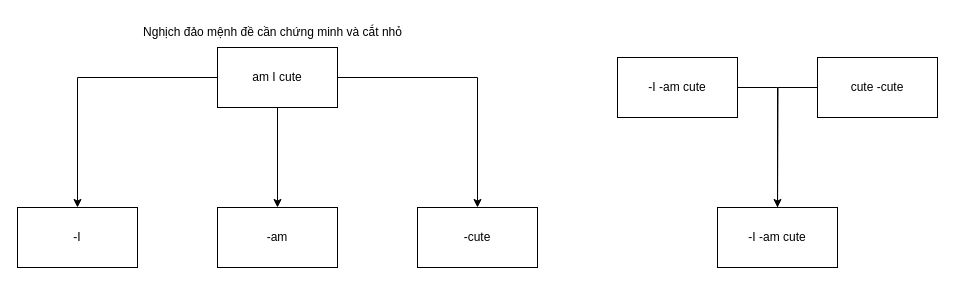
This is rainbow logic.drawio from frozenproof/dactaphanmem, a draw.io file, before an edit. Source tidied: cells renumbered, new cells numbered last; positions are measured from the earlier drawing's top-left corner, leaving out a move shared by most shapes. Both pictures are drawn from the tidied source at 100%, with x=0, y=0 at pixel (17, 17).
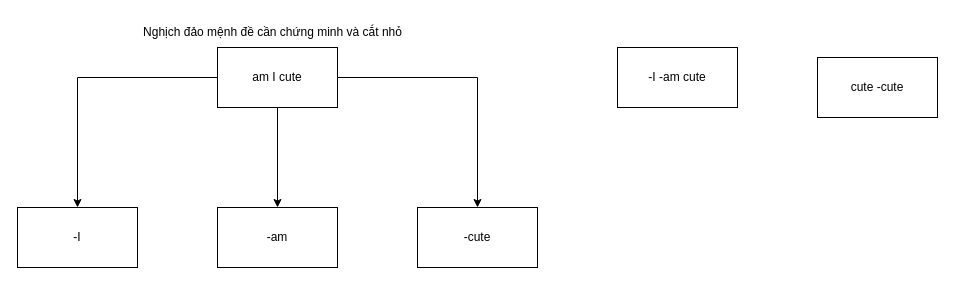
After the change.

What changed in the source:
```diff
@@
 <mxGraphModel>
   <root>
     <mxCell id="0" />
     <mxCell id="1" parent="0" />
     <mxCell id="2" style="edgeStyle=orthogonalEdgeStyle;rounded=0;jettySize=auto;html=1;" parent="1" edge="1" source="5" target="10">
       <mxGeometry relative="1" as="geometry" />
     </mxCell>
     <mxCell id="3" style="edgeStyle=orthogonalEdgeStyle;rounded=0;jettySize=auto;html=1;" parent="1" edge="1" source="5" target="8">
       <mxGeometry relative="1" as="geometry" />
     </mxCell>
     <mxCell id="4" style="edgeStyle=orthogonalEdgeStyle;rounded=0;jettySize=auto;html=1;" parent="1" edge="1" source="5" target="9">
       <mxGeometry relative="1" as="geometry" />
     </mxCell>
     <mxCell id="5" value="am I cute" style="rounded=0;whiteSpace=wrap;html=1;" parent="1" vertex="1">
       <mxGeometry x="200" y="30" width="120" height="60" as="geometry" />
     </mxCell>
-    <mxCell id="6" style="edgeStyle=orthogonalEdgeStyle;rounded=0;jettySize=auto;html=1;entryX=0.5;entryY=0;entryDx=0;entryDy=0;" parent="1" edge="1" source="7" target="14">
-      <mxGeometry relative="1" as="geometry">
-        <Array as="points">
-          <mxPoint x="760" y="70" />
-        </Array>
-      </mxGeometry>
-    </mxCell>
     <mxCell id="7" value="-I -am cute" style="rounded=0;whiteSpace=wrap;html=1;" parent="1" vertex="1">
-      <mxGeometry x="600" y="40" width="120" height="60" as="geometry" />
+      <mxGeometry x="600" y="30" width="120" height="60" as="geometry" />
     </mxCell>
     <mxCell id="8" value="-am" style="rounded=0;whiteSpace=wrap;html=1;" parent="1" vertex="1">
       <mxGeometry x="200" y="190" width="120" height="60" as="geometry" />
     </mxCell>
     <mxCell id="9" value="-cute" style="rounded=0;whiteSpace=wrap;html=1;" parent="1" vertex="1">
       <mxGeometry x="400" y="190" width="120" height="60" as="geometry" />
     </mxCell>
     <mxCell id="10" value="-I" style="rounded=0;whiteSpace=wrap;html=1;" parent="1" vertex="1">
       <mxGeometry y="190" width="120" height="60" as="geometry" />
     </mxCell>
     <mxCell id="11" value="Nghịch đảo mệnh đề cần chứng minh và cắt nhỏ" style="text;html=1;align=center;verticalAlign=middle;strokeColor=none;fillColor=none;" parent="1" vertex="1">
       <mxGeometry x="115" width="280" height="30" as="geometry" />
     </mxCell>
-    <mxCell id="12" style="edgeStyle=orthogonalEdgeStyle;rounded=0;jettySize=auto;html=1;" parent="1" edge="1" source="13">
-      <mxGeometry relative="1" as="geometry">
-        <mxPoint x="760" y="200" as="targetPoint" />
-      </mxGeometry>
-    </mxCell>
     <mxCell id="13" value="cute -cute" style="rounded=0;whiteSpace=wrap;html=1;" parent="1" vertex="1">
       <mxGeometry x="800" y="40" width="120" height="60" as="geometry" />
     </mxCell>
-    <mxCell id="14" value="-I -am cute" style="rounded=0;whiteSpace=wrap;html=1;" parent="1" vertex="1">
-      <mxGeometry x="700" y="190" width="120" height="60" as="geometry" />
-    </mxCell>
   </root>
 </mxGraphModel>
```
